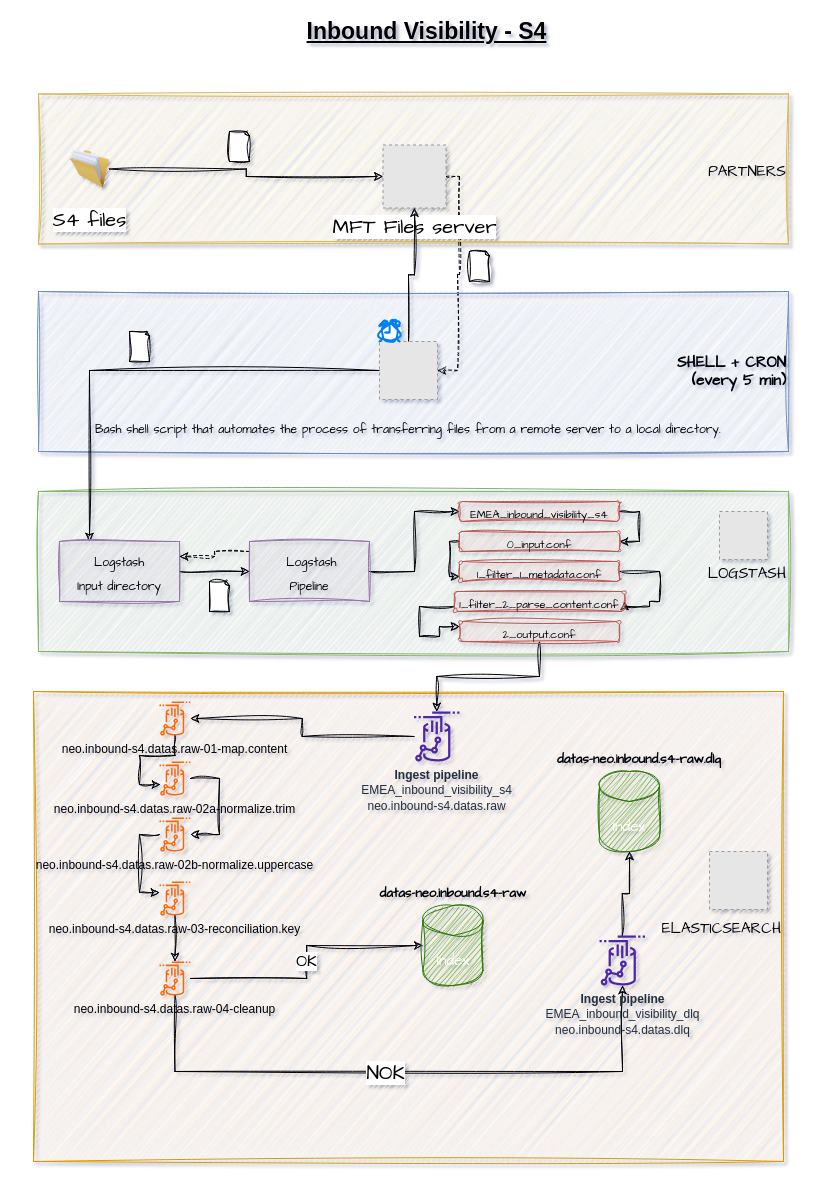
baranharis/Diagram-LOREAL keeps this draw.io diagram as Inbound_Visibility-S4.drawio. Above is the earlier version. Source tidied: cells renumbered, new cells numbered last; positions are measured from the earlier drawing's top-left corner, leaving out a move shared by most shapes. Both pictures are drawn from the tidied source at 100%, with x=0, y=0 at pixel (33, 21). Pictures stored in the file or linked from it are replaced by grey dashed boxes.
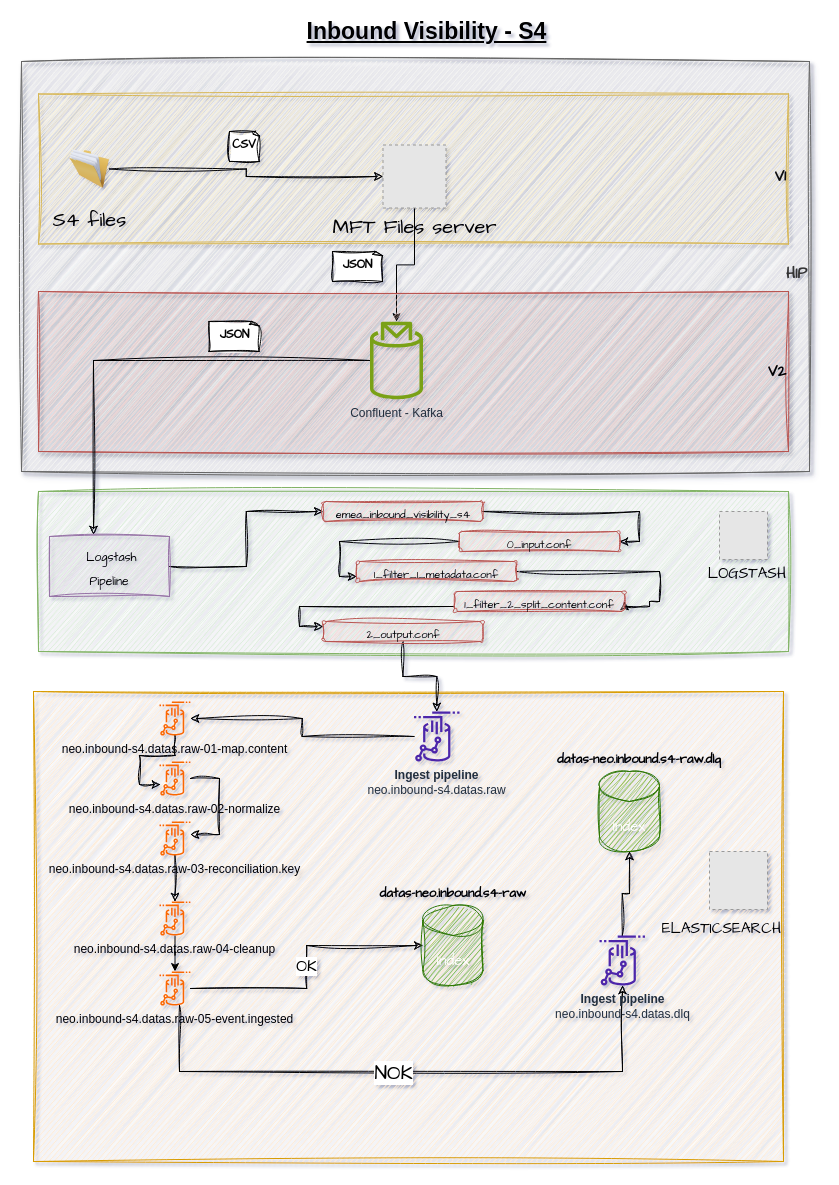
The same page after the edit.

Commit message:
Mettre à jour Inbound_Visibility-S4.drawio

The change refers to these unchanged cells:
```xml
<mxCell id="28" value="&lt;font style=&quot;font-size: 11px;&quot;&gt;0_input.conf&lt;/font&gt;" style="rounded=1;whiteSpace=wrap;html=1;sketch=1;hachureGap=4;jiggle=2;curveFitting=1;fontFamily=Architects Daughter;fontSize=20;fillColor=#f8cecc;strokeColor=#b85450;" parent="1" vertex="1">
  <mxGeometry x="426" y="510" width="160" height="20" as="geometry" />
</mxCell>
<mxCell id="51" value="&lt;font style=&quot;font-size: 15px;&quot;&gt;Index&lt;/font&gt;" style="shape=cylinder3;whiteSpace=wrap;html=1;boundedLbl=1;backgroundOutline=1;size=15;sketch=1;hachureGap=4;jiggle=2;curveFitting=1;fontFamily=Architects Daughter;fontSize=20;fillColor=#60a917;strokeColor=#2D7600;fontColor=#ffffff;" parent="1" vertex="1">
  <mxGeometry x="389.5" y="884" width="60" height="80" as="geometry" />
</mxCell>
```

The edit, as a diff of the source:
```diff
@@
+    <mxCell id="57" value="&lt;h1&gt;&lt;font style=&quot;font-size: 15px;&quot;&gt;&lt;b&gt;HIP&lt;/b&gt;&lt;/font&gt;&lt;/h1&gt;" style="rounded=0;whiteSpace=wrap;html=1;hachureGap=4;fontFamily=Architects Daughter;fontSize=20;align=right;fillColor=#f5f5f5;strokeColor=#666666;fontColor=#333333;sketch=1;curveFitting=1;jiggle=2;shadow=1;" parent="1" vertex="1">
+      <mxGeometry x="-12" y="40" width="788" height="410" as="geometry" />
+    </mxCell>
@@
-    <mxCell id="3" value="&lt;font style=&quot;font-size: 15px;&quot;&gt;PARTNERS&lt;/font&gt;" style="rounded=0;whiteSpace=wrap;html=1;sketch=1;hachureGap=4;jiggle=2;curveFitting=1;fontFamily=Architects Daughter;fontSize=20;align=right;fillColor=#fff2cc;strokeColor=#d6b656;" parent="1" vertex="1">
+    <mxCell id="3" value="&lt;h1&gt;&lt;font color=&quot;#0d0d0d&quot; style=&quot;font-size: 15px;&quot;&gt;&lt;b style=&quot;&quot;&gt;V1&lt;/b&gt;&lt;/font&gt;&lt;/h1&gt;" style="rounded=0;whiteSpace=wrap;html=1;hachureGap=4;fontFamily=Architects Daughter;fontSize=20;align=right;fillColor=#fff2cc;strokeColor=#d6b656;sketch=1;curveFitting=1;jiggle=2;" parent="1" vertex="1">
       <mxGeometry x="5" y="72.5" width="750" height="150" as="geometry" />
     </mxCell>
@@
-    <mxCell id="5" value="S4 files" style="image;html=1;image=img/lib/clip_art/general/Full_Folder_128x128.png;sketch=1;hachureGap=4;jiggle=2;curveFitting=1;fontFamily=Architects Daughter;fontSize=20;" parent="1" vertex="1">
+    <mxCell id="5" value="S4 files" style="image;html=1;image=img/lib/clip_art/general/Full_Folder_128x128.png;sketch=1;hachureGap=4;jiggle=2;curveFitting=1;fontFamily=Architects Daughter;fontSize=20;labelBackgroundColor=none;" parent="1" vertex="1">
       <mxGeometry x="36" y="115" width="40" height="65" as="geometry" />
     </mxCell>
-    <mxCell id="6" style="edgeStyle=orthogonalEdgeStyle;rounded=0;sketch=1;hachureGap=4;jiggle=2;curveFitting=1;jettySize=auto;html=1;entryX=1;entryY=0.5;entryDx=0;entryDy=0;fontFamily=Architects Daughter;fontSize=16;dashed=1;" parent="1" edge="1" source="7" target="13">
-      <mxGeometry relative="1" as="geometry">
-        <Array as="points">
-          <mxPoint x="426" y="155" />
-          <mxPoint x="426" y="253" />
-          <mxPoint x="424" y="253" />
-          <mxPoint x="424" y="349" />
-        </Array>
-      </mxGeometry>
-    </mxCell>
+    <mxCell id="58" style="edgeStyle=orthogonalEdgeStyle;rounded=0;jettySize=auto;html=1;" parent="1" edge="1" source="7" target="60">
+      <mxGeometry relative="1" as="geometry" />
+    </mxCell>
-    <mxCell id="7" value="MFT Files server" style="fillColor=#E6E6E6;strokeColor=#999999;dashed=1;html=1;verticalAlign=top;verticalLabelPosition=bottom;labelBackgroundColor=#ffffff;fontFamily=Architects Daughter;fontSize=20;" parent="1" vertex="1">
+    <mxCell id="7" value="MFT Files server" style="fillColor=#E6E6E6;strokeColor=#999999;dashed=1;html=1;verticalAlign=top;verticalLabelPosition=bottom;labelBackgroundColor=none;fontFamily=Architects Daughter;fontSize=20;" parent="1" vertex="1">
       <mxGeometry x="349.5" y="123.5" width="63" height="63" as="geometry" />
     </mxCell>
-    <mxCell id="8" value="&lt;h5 style=&quot;font-size: 15px;&quot;&gt;&lt;span style=&quot;background-color: initial;&quot;&gt;&lt;font style=&quot;font-size: 15px;&quot;&gt;SHELL + CRON&lt;br&gt;&lt;/font&gt;&lt;/span&gt;&lt;span style=&quot;background-color: initial;&quot;&gt;&lt;font style=&quot;font-size: 15px;&quot;&gt;(every 5 min)&lt;/font&gt;&lt;/span&gt;&lt;/h5&gt;" style="rounded=0;whiteSpace=wrap;html=1;sketch=1;hachureGap=4;jiggle=2;curveFitting=1;fontFamily=Architects Daughter;fontSize=20;fillColor=#dae8fc;strokeColor=#6c8ebf;align=right;" parent="1" vertex="1">
+    <mxCell id="8" value="&lt;h1 style=&quot;font-size: 15px;&quot;&gt;&lt;span style=&quot;background-color: initial;&quot;&gt;&lt;font style=&quot;font-size: 15px;&quot;&gt;V2&lt;/font&gt;&lt;/span&gt;&lt;/h1&gt;" style="rounded=0;whiteSpace=wrap;html=1;hachureGap=4;fontFamily=Architects Daughter;fontSize=20;fillColor=#f8cecc;strokeColor=#b85450;align=right;sketch=1;curveFitting=1;jiggle=2;shadow=1;" parent="1" vertex="1">
       <mxGeometry x="5" y="270" width="750" height="160" as="geometry" />
     </mxCell>
@@
-    <mxCell id="11" style="edgeStyle=orthogonalEdgeStyle;rounded=0;sketch=1;hachureGap=4;jiggle=2;curveFitting=1;jettySize=auto;html=1;fontFamily=Architects Daughter;fontSize=16;" parent="1" edge="1" source="13" target="7">
-      <mxGeometry relative="1" as="geometry" />
-    </mxCell>
-    <mxCell id="12" style="edgeStyle=orthogonalEdgeStyle;rounded=0;sketch=1;hachureGap=4;jiggle=2;curveFitting=1;jettySize=auto;html=1;entryX=0.25;entryY=0;entryDx=0;entryDy=0;fontFamily=Architects Daughter;fontSize=16;" parent="1" edge="1" source="13" target="20">
+    <mxCell id="12" style="edgeStyle=orthogonalEdgeStyle;rounded=0;sketch=1;hachureGap=4;jiggle=2;curveFitting=1;jettySize=auto;html=1;entryX=0.367;entryY=-0.033;entryDx=0;entryDy=0;fontFamily=Architects Daughter;fontSize=16;entryPerimeter=0;" parent="1" edge="1" source="60" target="23">
       <mxGeometry relative="1" as="geometry" />
     </mxCell>
-    <mxCell id="13" style="fillColor=#E6E6E6;strokeColor=#999999;dashed=1;html=1;verticalAlign=top;verticalLabelPosition=bottom;labelBackgroundColor=#ffffff;fontFamily=Architects Daughter;fontSize=20;" parent="1" vertex="1">
-      <mxGeometry x="346" y="320" width="58" height="58" as="geometry" />
-    </mxCell>
-    <mxCell id="14" style="html=1;verticalLabelPosition=bottom;align=center;labelBackgroundColor=#ffffff;verticalAlign=top;strokeWidth=2;strokeColor=#0080F0;shadow=0;dashed=0;shape=mxgraph.ios7.icons.alarm_clock;sketch=1;hachureGap=4;jiggle=2;curveFitting=1;fontFamily=Architects Daughter;fontSize=20;" parent="1" vertex="1">
-      <mxGeometry x="346" y="300" width="20" height="20" as="geometry" />
-    </mxCell>
-    <mxCell id="15" style="whiteSpace=wrap;html=1;shape=mxgraph.basic.document;sketch=1;hachureGap=4;jiggle=2;curveFitting=1;fontFamily=Architects Daughter;fontSize=20;" parent="1" vertex="1">
-      <mxGeometry x="196" y="110" width="20" height="30" as="geometry" />
+    <mxCell id="15" value="&lt;font size=&quot;1&quot; style=&quot;&quot;&gt;&lt;b style=&quot;font-size: 12px;&quot;&gt;CSV&lt;/b&gt;&lt;/font&gt;" style="whiteSpace=wrap;html=1;shape=mxgraph.basic.document;sketch=1;hachureGap=4;jiggle=2;curveFitting=1;fontFamily=Architects Daughter;fontSize=9;gradientColor=none;verticalAlign=top;align=center;" parent="1" vertex="1">
+      <mxGeometry x="196" y="110" width="30" height="30" as="geometry" />
     </mxCell>
-    <mxCell id="16" style="whiteSpace=wrap;html=1;shape=mxgraph.basic.document;sketch=1;hachureGap=4;jiggle=2;curveFitting=1;fontFamily=Architects Daughter;fontSize=20;" parent="1" vertex="1">
-      <mxGeometry x="96" y="310" width="20" height="30" as="geometry" />
-    </mxCell>
-    <mxCell id="17" value="&lt;font style=&quot;font-size: 12px;&quot;&gt;Bash shell script that automates the process of transferring files from a remote server to a local directory.&amp;nbsp; &amp;nbsp;&lt;/font&gt;" style="text;html=1;strokeColor=none;fillColor=none;align=center;verticalAlign=middle;whiteSpace=wrap;rounded=0;fontSize=20;fontFamily=Architects Daughter;" parent="1" vertex="1">
-      <mxGeometry x="47" y="390" width="670" height="30" as="geometry" />
-    </mxCell>
@@
-    <mxCell id="19" style="edgeStyle=orthogonalEdgeStyle;rounded=0;sketch=1;hachureGap=4;jiggle=2;curveFitting=1;jettySize=auto;html=1;entryX=0;entryY=0.5;entryDx=0;entryDy=0;fontFamily=Architects Daughter;fontSize=16;" parent="1" edge="1" source="20" target="23">
-      <mxGeometry relative="1" as="geometry" />
-    </mxCell>
-    <mxCell id="20" value="&lt;font style=&quot;font-size: 12px;&quot;&gt;Logstash&lt;br&gt;Input directory&lt;/font&gt;" style="rounded=0;whiteSpace=wrap;html=1;sketch=1;hachureGap=4;jiggle=2;curveFitting=1;fontFamily=Architects Daughter;fontSize=20;fillColor=#e1d5e7;strokeColor=#9673a6;" parent="1" vertex="1">
-      <mxGeometry x="26" y="520" width="120" height="60" as="geometry" />
-    </mxCell>
@@
-    <mxCell id="22" style="edgeStyle=orthogonalEdgeStyle;rounded=0;sketch=1;hachureGap=4;jiggle=2;curveFitting=1;jettySize=auto;html=1;entryX=1;entryY=0.25;entryDx=0;entryDy=0;fontFamily=Architects Daughter;fontSize=16;dashed=1;" parent="1" edge="1" source="23" target="20">
-      <mxGeometry relative="1" as="geometry">
-        <Array as="points">
-          <mxPoint x="181" y="530" />
-          <mxPoint x="181" y="535" />
-        </Array>
-      </mxGeometry>
-    </mxCell>
     <mxCell id="23" value="&lt;font style=&quot;font-size: 12px;&quot;&gt;&amp;nbsp;Logstash&lt;br&gt;Pipeline&lt;/font&gt;" style="rounded=0;whiteSpace=wrap;html=1;sketch=1;hachureGap=4;jiggle=2;curveFitting=1;fontFamily=Architects Daughter;fontSize=20;fillColor=#e1d5e7;strokeColor=#9673a6;align=center;" parent="1" vertex="1">
-      <mxGeometry x="216" y="520" width="120" height="60" as="geometry" />
+      <mxGeometry x="16" y="515" width="120" height="60" as="geometry" />
     </mxCell>
@@
-    <mxCell id="25" value="&lt;font style=&quot;font-size: 11px;&quot;&gt;EMEA_inbound_visibility_s4&lt;/font&gt;" style="rounded=1;whiteSpace=wrap;html=1;sketch=1;hachureGap=4;jiggle=2;curveFitting=1;fontFamily=Architects Daughter;fontSize=20;fillColor=#f8cecc;strokeColor=#b85450;" parent="1" vertex="1">
-      <mxGeometry x="426" y="480" width="160" height="20" as="geometry" />
+    <mxCell id="25" value="&lt;font style=&quot;font-size: 11px;&quot;&gt;emea_inbound_visibility_s4&lt;/font&gt;" style="rounded=1;whiteSpace=wrap;html=1;sketch=1;hachureGap=4;jiggle=2;curveFitting=1;fontFamily=Architects Daughter;fontSize=20;fillColor=#f8cecc;strokeColor=#b85450;" parent="1" vertex="1">
+      <mxGeometry x="289.5" y="480" width="160" height="20" as="geometry" />
     </mxCell>
-    <mxCell id="26" style="whiteSpace=wrap;html=1;shape=mxgraph.basic.document;sketch=1;hachureGap=4;jiggle=2;curveFitting=1;fontFamily=Architects Daughter;fontSize=20;" parent="1" vertex="1">
-      <mxGeometry x="436" y="230" width="20" height="30" as="geometry" />
-    </mxCell>
     <mxCell id="27" style="edgeStyle=orthogonalEdgeStyle;rounded=0;sketch=1;hachureGap=4;jiggle=2;curveFitting=1;jettySize=auto;html=1;entryX=0;entryY=0.75;entryDx=0;entryDy=0;fontFamily=Architects Daughter;fontSize=16;" parent="1" edge="1" source="28" target="30">
       <mxGeometry relative="1" as="geometry">
         <Array as="points">
-          <mxPoint x="416" y="520" />
-          <mxPoint x="416" y="555" />
+          <mxPoint x="306" y="520" />
+          <mxPoint x="306" y="555" />
         </Array>
       </mxGeometry>
     </mxCell>
@@
     <mxCell id="30" value="&lt;font style=&quot;font-size: 11px;&quot;&gt;1_filter_1_metadata.conf&lt;/font&gt;" style="rounded=1;whiteSpace=wrap;html=1;sketch=1;hachureGap=4;jiggle=2;curveFitting=1;fontFamily=Architects Daughter;fontSize=20;fillColor=#f8cecc;strokeColor=#b85450;" parent="1" vertex="1">
-      <mxGeometry x="426" y="540" width="160" height="20" as="geometry" />
+      <mxGeometry x="323.2" y="540" width="160" height="20" as="geometry" />
     </mxCell>
     <mxCell id="31" style="edgeStyle=orthogonalEdgeStyle;rounded=0;sketch=1;hachureGap=4;jiggle=2;curveFitting=1;jettySize=auto;html=1;entryX=0;entryY=0.25;entryDx=0;entryDy=0;fontFamily=Architects Daughter;fontSize=16;" parent="1" edge="1" source="32" target="34">
       <mxGeometry relative="1" as="geometry">
         <Array as="points">
-          <mxPoint x="386" y="585" />
-          <mxPoint x="386" y="615" />
-          <mxPoint x="406" y="615" />
-          <mxPoint x="406" y="605" />
+          <mxPoint x="266" y="585" />
+          <mxPoint x="266" y="605" />
         </Array>
       </mxGeometry>
     </mxCell>
-    <mxCell id="32" value="&lt;font style=&quot;font-size: 11px;&quot;&gt;1_filter_2_parse_content.conf&lt;/font&gt;" style="rounded=1;whiteSpace=wrap;html=1;sketch=1;hachureGap=4;jiggle=2;curveFitting=1;fontFamily=Architects Daughter;fontSize=20;fillColor=#f8cecc;strokeColor=#b85450;" parent="1" vertex="1">
+    <mxCell id="32" value="&lt;font style=&quot;font-size: 11px;&quot;&gt;1_filter_2_split_content.conf&lt;/font&gt;" style="rounded=1;whiteSpace=wrap;html=1;sketch=1;hachureGap=4;jiggle=2;curveFitting=1;fontFamily=Architects Daughter;fontSize=20;fillColor=#f8cecc;strokeColor=#b85450;" parent="1" vertex="1">
       <mxGeometry x="421" y="570" width="170" height="20" as="geometry" />
     </mxCell>
@@
     <mxCell id="34" value="&lt;font style=&quot;font-size: 11px;&quot;&gt;2_output.conf&lt;/font&gt;" style="rounded=1;whiteSpace=wrap;html=1;sketch=1;hachureGap=4;jiggle=2;curveFitting=1;fontFamily=Architects Daughter;fontSize=20;fillColor=#f8cecc;strokeColor=#b85450;" parent="1" vertex="1">
-      <mxGeometry x="426" y="600" width="160" height="20" as="geometry" />
+      <mxGeometry x="289.5" y="600" width="160" height="20" as="geometry" />
     </mxCell>
-    <mxCell id="35" style="whiteSpace=wrap;html=1;shape=mxgraph.basic.document;sketch=1;hachureGap=4;jiggle=2;curveFitting=1;fontFamily=Architects Daughter;fontSize=20;" parent="1" vertex="1">
-      <mxGeometry x="176" y="560" width="20" height="30" as="geometry" />
-    </mxCell>
@@
-    <mxCell id="38" value="&lt;span style=&quot;border-color: var(--border-color); font-family: Helvetica;&quot;&gt;&lt;b&gt;Ingest pipeline&lt;/b&gt;&lt;br&gt;EMEA_inbound_visibility_s4&lt;br&gt;&lt;/span&gt;&lt;font face=&quot;Helvetica&quot;&gt;neo.inbound-s4.datas.raw&lt;/font&gt;" style="sketch=0;outlineConnect=0;fontColor=#232F3E;gradientColor=none;fillColor=#4D27AA;strokeColor=none;dashed=0;verticalLabelPosition=bottom;verticalAlign=top;align=center;html=1;fontSize=12;fontStyle=0;shape=mxgraph.aws4.redshift_streaming_ingestion;hachureGap=4;jiggle=2;curveFitting=1;fontFamily=Architects Daughter;" parent="1" vertex="1">
+    <mxCell id="38" value="&lt;span style=&quot;border-color: var(--border-color); font-family: Helvetica;&quot;&gt;&lt;b&gt;Ingest pipeline&lt;/b&gt;&lt;br&gt;&lt;/span&gt;&lt;font face=&quot;Helvetica&quot;&gt;neo.inbound-s4.datas.raw&lt;/font&gt;" style="sketch=0;outlineConnect=0;fontColor=#232F3E;gradientColor=none;fillColor=#4D27AA;strokeColor=none;dashed=0;verticalLabelPosition=bottom;verticalAlign=top;align=center;html=1;fontSize=12;fontStyle=0;shape=mxgraph.aws4.redshift_streaming_ingestion;hachureGap=4;jiggle=2;curveFitting=1;fontFamily=Architects Daughter;" parent="1" vertex="1">
       <mxGeometry x="380.5" y="690" width="45.5" height="50" as="geometry" />
     </mxCell>
@@
     <mxCell id="40" value="neo.inbound-s4.datas.raw-03-reconciliation.key" style="sketch=0;outlineConnect=0;fillColor=#fa6800;strokeColor=#C73500;dashed=0;verticalLabelPosition=bottom;verticalAlign=top;align=center;html=1;fontSize=12;fontStyle=0;shape=mxgraph.aws4.redshift_streaming_ingestion;fontColor=#000000;" parent="1" vertex="1">
-      <mxGeometry x="126" y="860" width="30.9" height="34" as="geometry" />
+      <mxGeometry x="126" y="800" width="30.9" height="34" as="geometry" />
     </mxCell>
-    <mxCell id="41" style="edgeStyle=orthogonalEdgeStyle;rounded=0;sketch=1;hachureGap=4;jiggle=2;curveFitting=1;jettySize=auto;html=1;fontFamily=Architects Daughter;fontSize=16;" parent="1" edge="1" source="42" target="40">
-      <mxGeometry relative="1" as="geometry">
-        <Array as="points">
-          <mxPoint x="106" y="813" />
-          <mxPoint x="106" y="871" />
-        </Array>
-      </mxGeometry>
-    </mxCell>
-    <mxCell id="42" value="neo.inbound-s4.datas.raw-02b-normalize.uppercase" style="sketch=0;outlineConnect=0;fillColor=#fa6800;strokeColor=#C73500;dashed=0;verticalLabelPosition=bottom;verticalAlign=top;align=center;html=1;fontSize=12;fontStyle=0;shape=mxgraph.aws4.redshift_streaming_ingestion;fontColor=#000000;" parent="1" vertex="1">
-      <mxGeometry x="126" y="796" width="30.9" height="34" as="geometry" />
-    </mxCell>
-    <mxCell id="43" style="edgeStyle=orthogonalEdgeStyle;rounded=0;sketch=1;hachureGap=4;jiggle=2;curveFitting=1;jettySize=auto;html=1;fontFamily=Architects Daughter;fontSize=16;" parent="1" edge="1" source="44" target="42">
+    <mxCell id="43" style="edgeStyle=orthogonalEdgeStyle;rounded=0;sketch=1;hachureGap=4;jiggle=2;curveFitting=1;jettySize=auto;html=1;fontFamily=Architects Daughter;fontSize=16;" parent="1" edge="1" source="44" target="40">
       <mxGeometry relative="1" as="geometry">
         <Array as="points">
           <mxPoint x="186" y="757" />
           <mxPoint x="186" y="813" />
         </Array>
       </mxGeometry>
     </mxCell>
-    <mxCell id="44" value="neo.inbound-s4.datas.raw-02a-normalize.trim" style="sketch=0;outlineConnect=0;fillColor=#fa6800;strokeColor=#C73500;dashed=0;verticalLabelPosition=bottom;verticalAlign=top;align=center;html=1;fontSize=12;fontStyle=0;shape=mxgraph.aws4.redshift_streaming_ingestion;fontColor=#000000;" parent="1" vertex="1">
+    <mxCell id="44" value="neo.inbound-s4.datas.raw-02-normalize" style="sketch=0;outlineConnect=0;fillColor=#fa6800;strokeColor=#C73500;dashed=0;verticalLabelPosition=bottom;verticalAlign=top;align=center;html=1;fontSize=12;fontStyle=0;shape=mxgraph.aws4.redshift_streaming_ingestion;fontColor=#000000;" parent="1" vertex="1">
       <mxGeometry x="126" y="740" width="30.9" height="34" as="geometry" />
     </mxCell>
@@
-    <mxCell id="47" value="OK" style="edgeStyle=orthogonalEdgeStyle;rounded=0;sketch=1;hachureGap=4;jiggle=2;curveFitting=1;jettySize=auto;html=1;fontFamily=Architects Daughter;fontSize=16;" parent="1" edge="1" source="50" target="51">
+    <mxCell id="47" value="OK" style="edgeStyle=orthogonalEdgeStyle;rounded=0;sketch=1;hachureGap=4;jiggle=2;curveFitting=1;jettySize=auto;html=1;fontFamily=Architects Daughter;fontSize=16;" parent="1" edge="1" source="63" target="51">
       <mxGeometry relative="1" as="geometry" />
     </mxCell>
-    <mxCell id="48" style="edgeStyle=orthogonalEdgeStyle;rounded=0;sketch=1;hachureGap=4;jiggle=2;curveFitting=1;jettySize=auto;html=1;fontFamily=Architects Daughter;fontSize=16;" parent="1" edge="1" source="50" target="53">
+    <mxCell id="48" style="edgeStyle=orthogonalEdgeStyle;rounded=0;sketch=1;hachureGap=4;jiggle=2;curveFitting=1;jettySize=auto;html=1;fontFamily=Architects Daughter;fontSize=16;" parent="1" edge="1" source="63" target="53">
       <mxGeometry relative="1" as="geometry">
         <Array as="points">
-          <mxPoint x="142" y="1050" />
+          <mxPoint x="146" y="1050" />
           <mxPoint x="589" y="1050" />
         </Array>
       </mxGeometry>
     </mxCell>
@@
+    <mxCell id="59" style="edgeStyle=orthogonalEdgeStyle;rounded=0;jettySize=auto;html=1;" parent="1" edge="1" source="50" target="63">
+      <mxGeometry relative="1" as="geometry" />
+    </mxCell>
     <mxCell id="50" value="neo.inbound-s4.datas.raw-04-cleanup" style="sketch=0;outlineConnect=0;fillColor=#fa6800;strokeColor=#C73500;dashed=0;verticalLabelPosition=bottom;verticalAlign=top;align=center;html=1;fontSize=12;fontStyle=0;shape=mxgraph.aws4.redshift_streaming_ingestion;fontColor=#000000;" parent="1" vertex="1">
-      <mxGeometry x="126" y="940" width="30.9" height="34" as="geometry" />
+      <mxGeometry x="126" y="880" width="30.9" height="34" as="geometry" />
     </mxCell>
@@
-    <mxCell id="53" value="&lt;span style=&quot;border-color: var(--border-color); font-family: Helvetica;&quot;&gt;&lt;b&gt;Ingest pipeline&lt;/b&gt;&lt;br&gt;EMEA_inbound_visibility_dlq&lt;br&gt;&lt;/span&gt;&lt;font face=&quot;Helvetica&quot;&gt;neo.inbound-s4.datas.dlq&lt;/font&gt;" style="sketch=0;outlineConnect=0;fontColor=#232F3E;gradientColor=none;fillColor=#4D27AA;strokeColor=none;dashed=0;verticalLabelPosition=bottom;verticalAlign=top;align=center;html=1;fontSize=12;fontStyle=0;shape=mxgraph.aws4.redshift_streaming_ingestion;hachureGap=4;jiggle=2;curveFitting=1;fontFamily=Architects Daughter;" parent="1" vertex="1">
+    <mxCell id="53" value="&lt;span style=&quot;border-color: var(--border-color); font-family: Helvetica;&quot;&gt;&lt;b&gt;Ingest pipeline&lt;/b&gt;&lt;br&gt;&lt;/span&gt;&lt;font face=&quot;Helvetica&quot;&gt;neo.inbound-s4.datas.dlq&lt;/font&gt;" style="sketch=0;outlineConnect=0;fontColor=#232F3E;gradientColor=none;fillColor=#4D27AA;strokeColor=none;dashed=0;verticalLabelPosition=bottom;verticalAlign=top;align=center;html=1;fontSize=12;fontStyle=0;shape=mxgraph.aws4.redshift_streaming_ingestion;hachureGap=4;jiggle=2;curveFitting=1;fontFamily=Architects Daughter;" parent="1" vertex="1">
       <mxGeometry x="566" y="914" width="45.5" height="50" as="geometry" />
     </mxCell>
@@
+    <mxCell id="60" value="Confluent - Kafka" style="sketch=0;outlineConnect=0;fontColor=#232F3E;gradientColor=none;fillColor=#7AA116;strokeColor=none;dashed=0;verticalLabelPosition=bottom;verticalAlign=top;align=center;html=1;fontSize=12;fontStyle=0;shape=mxgraph.aws4.topic_2;" parent="1" vertex="1">
+      <mxGeometry x="336.5" y="300" width="53" height="78" as="geometry" />
+    </mxCell>
+    <mxCell id="61" value="&lt;font style=&quot;font-size: 12px;&quot;&gt;&lt;b&gt;JSON&lt;/b&gt;&lt;/font&gt;" style="whiteSpace=wrap;html=1;shape=mxgraph.basic.document;sketch=1;hachureGap=4;jiggle=2;curveFitting=1;fontFamily=Architects Daughter;fontSize=9;gradientColor=none;verticalAlign=top;align=center;" parent="1" vertex="1">
+      <mxGeometry x="299" y="230" width="50.5" height="30" as="geometry" />
+    </mxCell>
+    <mxCell id="62" value="&lt;font style=&quot;font-size: 12px;&quot;&gt;&lt;b&gt;JSON&lt;/b&gt;&lt;/font&gt;" style="whiteSpace=wrap;html=1;shape=mxgraph.basic.document;sketch=1;hachureGap=4;jiggle=2;curveFitting=1;fontFamily=Architects Daughter;fontSize=9;gradientColor=none;verticalAlign=top;align=center;" parent="1" vertex="1">
+      <mxGeometry x="175.5" y="300" width="50.5" height="30" as="geometry" />
+    </mxCell>
+    <mxCell id="63" value="neo.inbound-s4.datas.raw-05-event.ingested" style="sketch=0;outlineConnect=0;fillColor=#fa6800;strokeColor=#C73500;dashed=0;verticalLabelPosition=bottom;verticalAlign=top;align=center;html=1;fontSize=12;fontStyle=0;shape=mxgraph.aws4.redshift_streaming_ingestion;fontColor=#000000;" parent="1" vertex="1">
+      <mxGeometry x="126" y="950" width="30.9" height="34" as="geometry" />
+    </mxCell>
```
